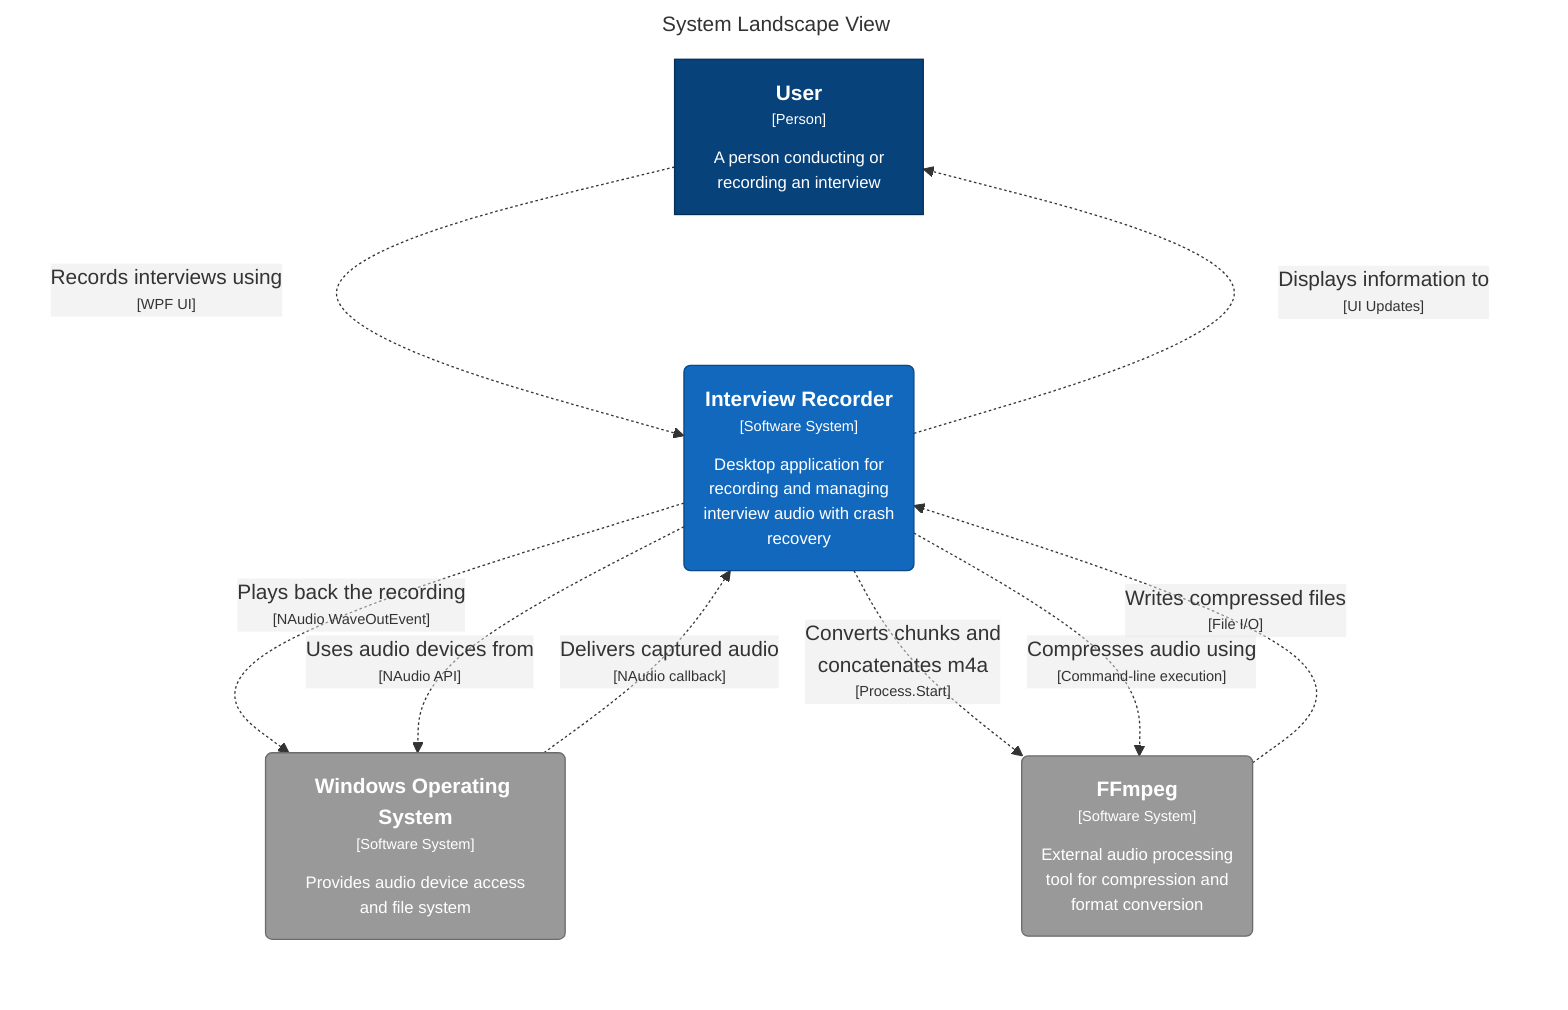
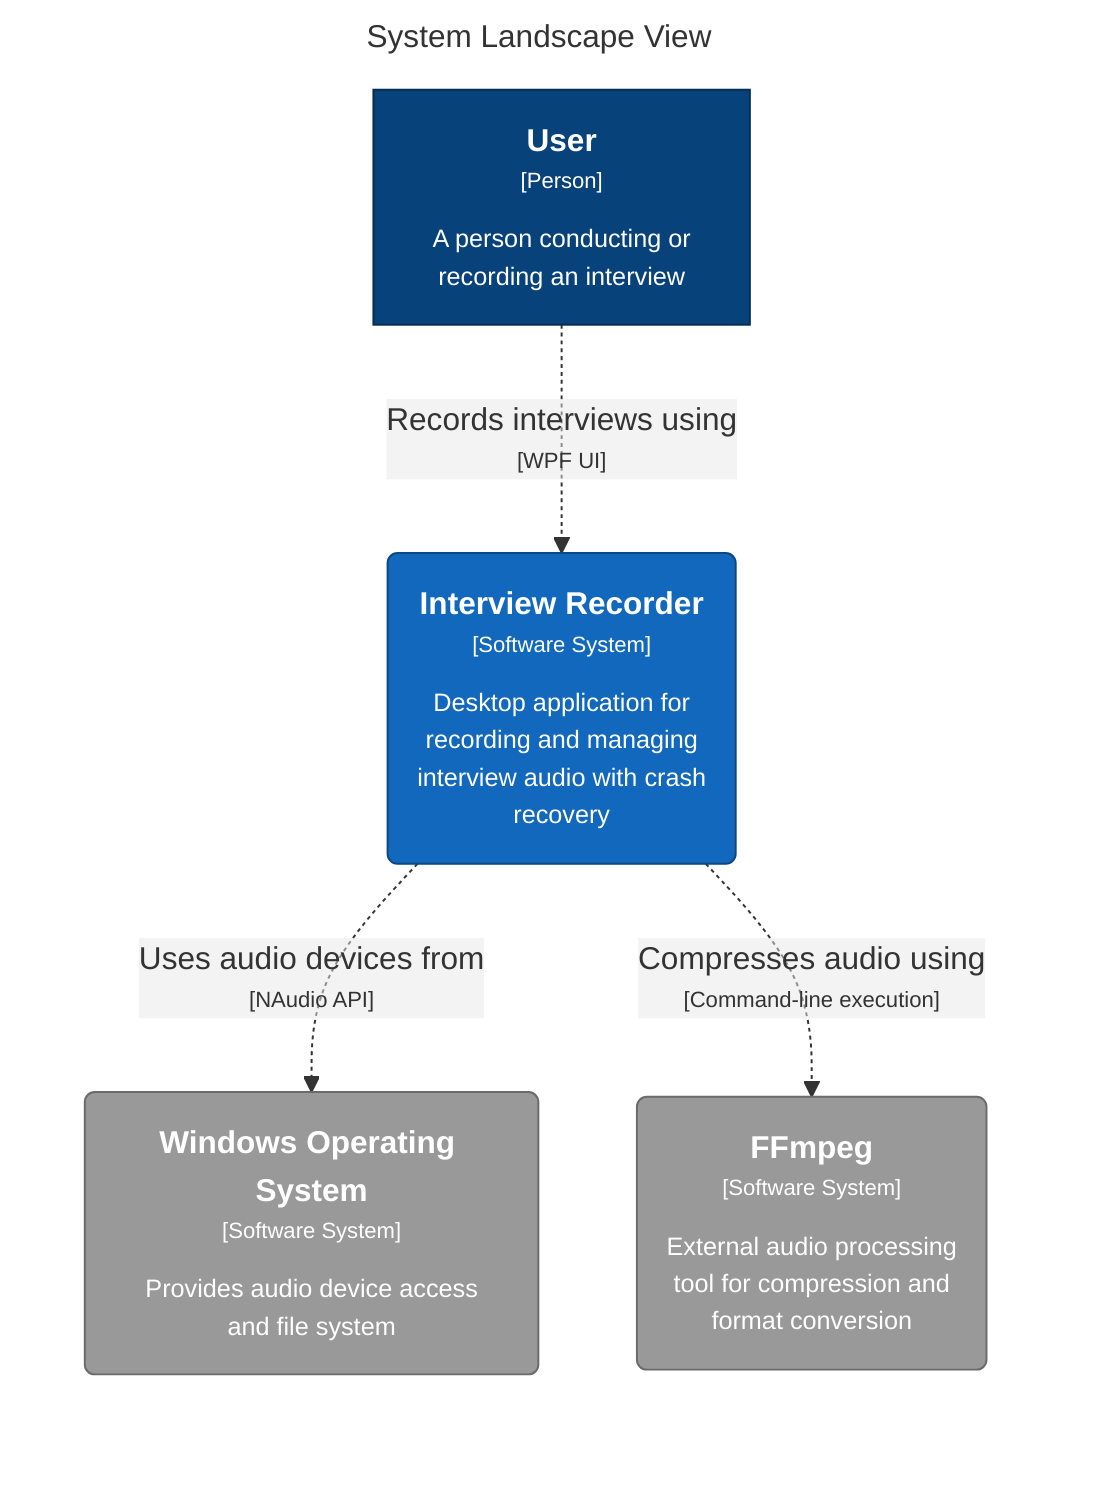
graph LR
  linkStyle default fill:#ffffff

  subgraph diagram ["System Landscape View"]
    style diagram fill:#ffffff,stroke:#ffffff

    1["<div style='font-weight: bold'>User</div><div style='font-size: 70%; margin-top: 0px'>[Person]</div><div style='font-size: 80%; margin-top:10px'>A person conducting or<br />recording an interview</div>"]
    style 1 fill:#08427b,stroke:#052e56,color:#ffffff
    2("<div style='font-weight: bold'>Windows Operating System</div><div style='font-size: 70%; margin-top: 0px'>[Software System]</div><div style='font-size: 80%; margin-top:10px'>Provides audio device access<br />and file system</div>")
    style 2 fill:#999999,stroke:#6b6b6b,color:#ffffff
    3("<div style='font-weight: bold'>FFmpeg</div><div style='font-size: 70%; margin-top: 0px'>[Software System]</div><div style='font-size: 80%; margin-top:10px'>External audio processing<br />tool for compression and<br />format conversion</div>")
    style 3 fill:#999999,stroke:#6b6b6b,color:#ffffff
    4("<div style='font-weight: bold'>Interview Recorder</div><div style='font-size: 70%; margin-top: 0px'>[Software System]</div><div style='font-size: 80%; margin-top:10px'>Desktop application for<br />recording and managing<br />interview audio with crash<br />recovery</div>")
    style 4 fill:#1168bd,stroke:#0b4884,color:#ffffff

-     4-. "<div>Converts chunks and<br />concatenates m4a</div><div style='font-size: 70%'>[Process.Start]</div>" .->3
-     4-. "<div>Plays back the recording</div><div style='font-size: 70%'>[NAudio WaveOutEvent]</div>" .->2
-     2-. "<div>Delivers captured audio</div><div style='font-size: 70%'>[NAudio callback]</div>" .->4
-     3-. "<div>Writes compressed files</div><div style='font-size: 70%'>[File I/O]</div>" .->4
    1-. "<div>Records interviews using</div><div style='font-size: 70%'>[WPF UI]</div>" .->4
    4-. "<div>Uses audio devices from</div><div style='font-size: 70%'>[NAudio API]</div>" .->2
    4-. "<div>Compresses audio using</div><div style='font-size: 70%'>[Command-line execution]</div>" .->3
-     4-. "<div>Displays information to</div><div style='font-size: 70%'>[UI Updates]</div>" .->1

  end